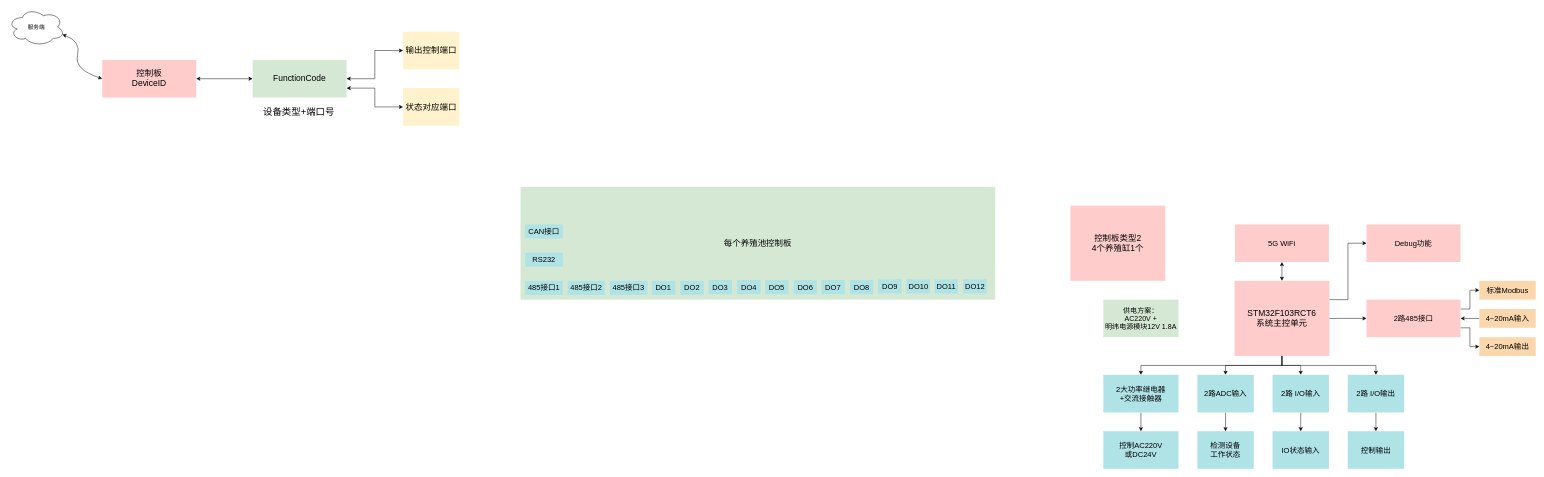
This is 养虾试验池项目.drawio from zjh6607476/drawing, a draw.io file, before an edit. Source tidied: cells renumbered, new cells numbered last; positions are measured from the earlier drawing's top-left corner, leaving out a move shared by most shapes. Both pictures are drawn from the tidied source at 47%, with x=0, y=0 at pixel (8, 8).
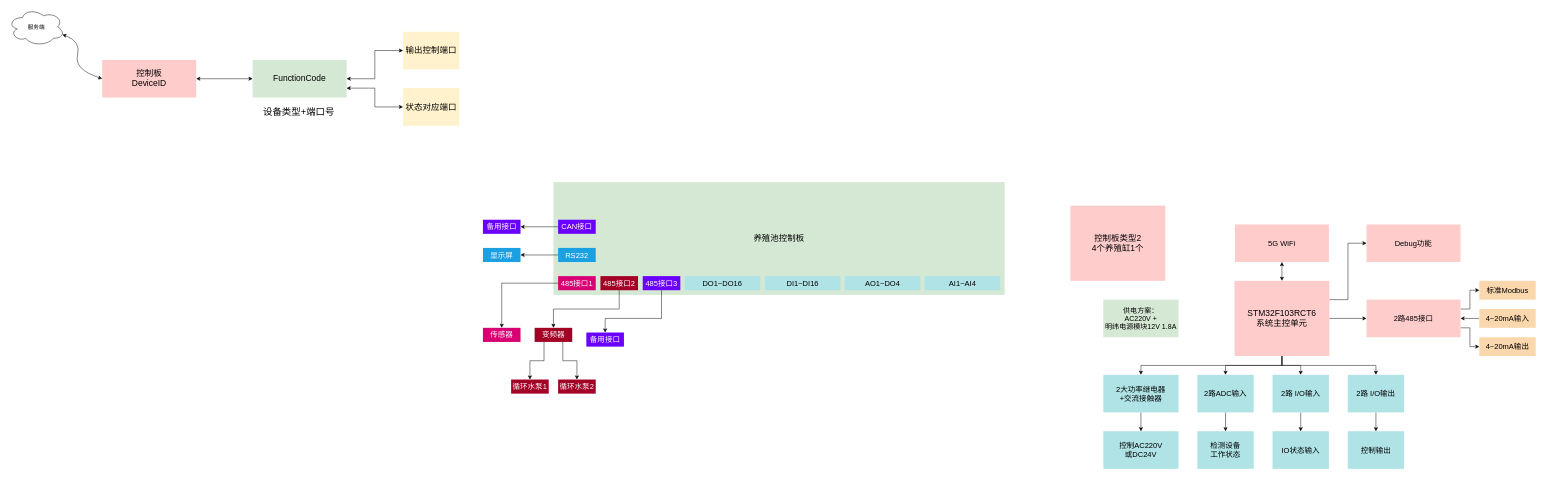
The same page after the edit.

Commit message:
更新养虾试验池项目.drawio

The edit, as a diff of the source:
```diff
@@
-    <mxCell id="32" value="&lt;span style=&quot;font-size: 18px&quot;&gt;每个养殖池控制板&lt;br&gt;&lt;/span&gt;" style="rounded=0;whiteSpace=wrap;html=1;shadow=0;fillColor=#d5e8d4;strokeColor=none;" parent="1" vertex="1">
-      <mxGeometry x="1090" y="380" width="1010" height="240" as="geometry" />
+    <mxCell id="32" value="&lt;span style=&quot;font-size: 18px&quot;&gt;养殖池控制板&lt;br&gt;&lt;/span&gt;" style="rounded=0;whiteSpace=wrap;html=1;shadow=0;fillColor=#d5e8d4;strokeColor=none;" parent="1" vertex="1">
+      <mxGeometry x="1160" y="370" width="960" height="240" as="geometry" />
     </mxCell>
@@
+    <mxCell id="61" style="edgeStyle=orthogonalEdgeStyle;rounded=0;jettySize=auto;html=1;" parent="1" edge="1" source="34" target="62">
+      <mxGeometry relative="1" as="geometry" />
+    </mxCell>
-    <mxCell id="34" value="485接口1" style="rounded=0;whiteSpace=wrap;html=1;shadow=0;fillColor=#b0e3e6;strokeColor=none;fontSize=16;" parent="1" vertex="1">
-      <mxGeometry x="1100" y="580" width="80" height="30" as="geometry" />
+    <mxCell id="34" value="485接口1" style="rounded=0;whiteSpace=wrap;html=1;shadow=0;fillColor=#d80073;strokeColor=none;fontSize=16;fontColor=#ffffff;" parent="1" vertex="1">
+      <mxGeometry x="1170" y="570" width="80" height="30" as="geometry" />
     </mxCell>
+    <mxCell id="62" value="传感器" style="rounded=0;whiteSpace=wrap;html=1;shadow=0;fillColor=#d80073;strokeColor=none;fontSize=16;fontColor=#ffffff;" parent="1" vertex="1">
+      <mxGeometry x="1010" y="680" width="80" height="30" as="geometry" />
+    </mxCell>
+    <mxCell id="63" style="edgeStyle=orthogonalEdgeStyle;rounded=0;jettySize=auto;html=1;" parent="1" edge="1" source="35" target="66">
+      <mxGeometry relative="1" as="geometry">
+        <Array as="points">
+          <mxPoint x="1300" y="640" />
+          <mxPoint x="1160" y="640" />
+        </Array>
+      </mxGeometry>
+    </mxCell>
-    <mxCell id="35" value="485接口2" style="rounded=0;whiteSpace=wrap;html=1;shadow=0;fillColor=#b0e3e6;strokeColor=none;fontSize=16;" parent="1" vertex="1">
-      <mxGeometry x="1190" y="580" width="80" height="30" as="geometry" />
+    <mxCell id="35" value="485接口2" style="rounded=0;whiteSpace=wrap;html=1;shadow=0;fillColor=#a20025;strokeColor=none;fontSize=16;fontColor=#ffffff;" parent="1" vertex="1">
+      <mxGeometry x="1260" y="570" width="80" height="30" as="geometry" />
     </mxCell>
+    <mxCell id="64" style="edgeStyle=orthogonalEdgeStyle;rounded=0;jettySize=auto;html=1;exitX=0.25;exitY=1;exitDx=0;exitDy=0;entryX=0.5;entryY=0;entryDx=0;entryDy=0;" parent="1" edge="1" source="66" target="67">
+      <mxGeometry relative="1" as="geometry" />
+    </mxCell>
+    <mxCell id="65" style="edgeStyle=orthogonalEdgeStyle;rounded=0;jettySize=auto;html=1;exitX=0.75;exitY=1;exitDx=0;exitDy=0;entryX=0.5;entryY=0;entryDx=0;entryDy=0;" parent="1" edge="1" source="66" target="77">
+      <mxGeometry relative="1" as="geometry" />
+    </mxCell>
+    <mxCell id="66" value="变频器" style="rounded=0;whiteSpace=wrap;html=1;shadow=0;fillColor=#a20025;strokeColor=none;fontSize=16;fontColor=#ffffff;" parent="1" vertex="1">
+      <mxGeometry x="1120" y="680" width="80" height="30" as="geometry" />
+    </mxCell>
+    <mxCell id="67" value="循环水泵1" style="rounded=0;whiteSpace=wrap;html=1;shadow=0;fillColor=#a20025;strokeColor=none;fontSize=16;fontColor=#ffffff;" parent="1" vertex="1">
+      <mxGeometry x="1070" y="790" width="80" height="30" as="geometry" />
+    </mxCell>
+    <mxCell id="68" style="edgeStyle=orthogonalEdgeStyle;rounded=0;jettySize=auto;html=1;" parent="1" edge="1" source="36" target="69">
+      <mxGeometry relative="1" as="geometry">
+        <Array as="points">
+          <mxPoint x="1390" y="660" />
+          <mxPoint x="1270" y="660" />
+        </Array>
+      </mxGeometry>
+    </mxCell>
-    <mxCell id="36" value="485接口3" style="rounded=0;whiteSpace=wrap;html=1;shadow=0;fillColor=#b0e3e6;strokeColor=none;fontSize=16;" parent="1" vertex="1">
-      <mxGeometry x="1280" y="580" width="80" height="30" as="geometry" />
+    <mxCell id="36" value="485接口3" style="rounded=0;whiteSpace=wrap;html=1;shadow=0;fillColor=#6a00ff;strokeColor=none;fontSize=16;fontColor=#ffffff;" parent="1" vertex="1">
+      <mxGeometry x="1350" y="570" width="80" height="30" as="geometry" />
     </mxCell>
+    <mxCell id="69" value="备用接口" style="rounded=0;whiteSpace=wrap;html=1;shadow=0;fillColor=#6a00ff;strokeColor=none;fontSize=16;fontColor=#ffffff;" parent="1" vertex="1">
+      <mxGeometry x="1230" y="690" width="80" height="30" as="geometry" />
+    </mxCell>
+    <mxCell id="70" style="edgeStyle=orthogonalEdgeStyle;rounded=0;jettySize=auto;html=1;" parent="1" edge="1" source="37" target="71">
+      <mxGeometry relative="1" as="geometry" />
+    </mxCell>
-    <mxCell id="37" value="RS232" style="rounded=0;whiteSpace=wrap;html=1;shadow=0;fillColor=#b0e3e6;strokeColor=none;fontSize=16;" parent="1" vertex="1">
-      <mxGeometry x="1100" y="520" width="80" height="30" as="geometry" />
+    <mxCell id="37" value="RS232" style="rounded=0;whiteSpace=wrap;html=1;shadow=0;fillColor=#1ba1e2;strokeColor=none;fontSize=16;fontColor=#ffffff;" parent="1" vertex="1">
+      <mxGeometry x="1170" y="510" width="80" height="30" as="geometry" />
     </mxCell>
+    <mxCell id="71" value="显示屏" style="rounded=0;whiteSpace=wrap;html=1;shadow=0;fillColor=#1ba1e2;strokeColor=none;fontSize=16;fontColor=#ffffff;" parent="1" vertex="1">
+      <mxGeometry x="1010" y="510" width="80" height="30" as="geometry" />
+    </mxCell>
+    <mxCell id="72" style="edgeStyle=orthogonalEdgeStyle;rounded=0;jettySize=auto;html=1;" parent="1" edge="1" source="38" target="73">
+      <mxGeometry relative="1" as="geometry" />
+    </mxCell>
-    <mxCell id="38" value="CAN接口" style="rounded=0;whiteSpace=wrap;html=1;shadow=0;fillColor=#b0e3e6;strokeColor=none;fontSize=16;" parent="1" vertex="1">
-      <mxGeometry x="1100" y="460" width="80" height="30" as="geometry" />
+    <mxCell id="38" value="CAN接口" style="rounded=0;whiteSpace=wrap;html=1;shadow=0;fillColor=#6a00ff;strokeColor=none;fontSize=16;fontColor=#ffffff;" parent="1" vertex="1">
+      <mxGeometry x="1170" y="450" width="80" height="30" as="geometry" />
     </mxCell>
+    <mxCell id="73" value="备用接口" style="rounded=0;whiteSpace=wrap;html=1;shadow=0;fillColor=#6a00ff;strokeColor=none;fontSize=16;fontColor=#ffffff;" parent="1" vertex="1">
+      <mxGeometry x="1010" y="450" width="80" height="30" as="geometry" />
+    </mxCell>
-    <mxCell id="39" value="DO1" style="rounded=0;whiteSpace=wrap;html=1;shadow=0;fillColor=#b0e3e6;strokeColor=none;fontSize=16;" parent="1" vertex="1">
-      <mxGeometry x="1369.2" y="580" width="50" height="30" as="geometry" />
+    <mxCell id="39" value="DO1~DO16" style="rounded=0;whiteSpace=wrap;html=1;shadow=0;fillColor=#b0e3e6;strokeColor=none;fontSize=16;" parent="1" vertex="1">
+      <mxGeometry x="1439.2" y="570" width="160.8" height="30" as="geometry" />
     </mxCell>
-    <mxCell id="40" value="DO2" style="rounded=0;whiteSpace=wrap;html=1;shadow=0;fillColor=#b0e3e6;strokeColor=none;fontSize=16;" parent="1" vertex="1">
-      <mxGeometry x="1430" y="580" width="50" height="30" as="geometry" />
-    </mxCell>
-    <mxCell id="41" value="DO3" style="rounded=0;whiteSpace=wrap;html=1;shadow=0;fillColor=#b0e3e6;strokeColor=none;fontSize=16;" parent="1" vertex="1">
-      <mxGeometry x="1490" y="578.4" width="50" height="30" as="geometry" />
-    </mxCell>
-    <mxCell id="42" value="DO4" style="rounded=0;whiteSpace=wrap;html=1;shadow=0;fillColor=#b0e3e6;strokeColor=none;fontSize=16;" parent="1" vertex="1">
-      <mxGeometry x="1550.8" y="578.4" width="50" height="30" as="geometry" />
-    </mxCell>
-    <mxCell id="43" value="DO5" style="rounded=0;whiteSpace=wrap;html=1;shadow=0;fillColor=#b0e3e6;strokeColor=none;fontSize=16;" parent="1" vertex="1">
-      <mxGeometry x="1610" y="578.4" width="50" height="30" as="geometry" />
-    </mxCell>
-    <mxCell id="44" value="DO6" style="rounded=0;whiteSpace=wrap;html=1;shadow=0;fillColor=#b0e3e6;strokeColor=none;fontSize=16;" parent="1" vertex="1">
-      <mxGeometry x="1670.8" y="578.4" width="50" height="30" as="geometry" />
-    </mxCell>
-    <mxCell id="45" value="DO7" style="rounded=0;whiteSpace=wrap;html=1;shadow=0;fillColor=#b0e3e6;strokeColor=none;fontSize=16;" parent="1" vertex="1">
-      <mxGeometry x="1730" y="578.4" width="50" height="30" as="geometry" />
-    </mxCell>
-    <mxCell id="46" value="DO8" style="rounded=0;whiteSpace=wrap;html=1;shadow=0;fillColor=#b0e3e6;strokeColor=none;fontSize=16;" parent="1" vertex="1">
-      <mxGeometry x="1790.8" y="578.4" width="50" height="30" as="geometry" />
-    </mxCell>
-    <mxCell id="47" value="DO9" style="rounded=0;whiteSpace=wrap;html=1;shadow=0;fillColor=#b0e3e6;strokeColor=none;fontSize=16;" parent="1" vertex="1">
-      <mxGeometry x="1850.8" y="576.8" width="50" height="30" as="geometry" />
-    </mxCell>
-    <mxCell id="48" value="DO10" style="rounded=0;whiteSpace=wrap;html=1;shadow=0;fillColor=#b0e3e6;strokeColor=none;fontSize=16;" parent="1" vertex="1">
-      <mxGeometry x="1911.5" y="576.8" width="50" height="30" as="geometry" />
-    </mxCell>
-    <mxCell id="49" value="DO11" style="rounded=0;whiteSpace=wrap;html=1;shadow=0;fillColor=#b0e3e6;strokeColor=none;fontSize=16;" parent="1" vertex="1">
-      <mxGeometry x="1970.8" y="576.8" width="50" height="30" as="geometry" />
-    </mxCell>
-    <mxCell id="50" value="DO12" style="rounded=0;whiteSpace=wrap;html=1;shadow=0;fillColor=#b0e3e6;strokeColor=none;fontSize=16;" parent="1" vertex="1">
-      <mxGeometry x="2031.5" y="576.8" width="50" height="30" as="geometry" />
-    </mxCell>
@@
+    <mxCell id="74" value="DI1~DI16" style="rounded=0;whiteSpace=wrap;html=1;shadow=0;fillColor=#b0e3e6;strokeColor=none;fontSize=16;" parent="1" vertex="1">
+      <mxGeometry x="1610" y="570" width="160.8" height="30" as="geometry" />
+    </mxCell>
+    <mxCell id="75" value="AO1~DO4" style="rounded=0;whiteSpace=wrap;html=1;shadow=0;fillColor=#b0e3e6;strokeColor=none;fontSize=16;" parent="1" vertex="1">
+      <mxGeometry x="1780" y="570" width="160.8" height="30" as="geometry" />
+    </mxCell>
+    <mxCell id="76" value="AI1~AI4" style="rounded=0;whiteSpace=wrap;html=1;shadow=0;fillColor=#b0e3e6;strokeColor=none;fontSize=16;" parent="1" vertex="1">
+      <mxGeometry x="1950" y="570" width="160.8" height="30" as="geometry" />
+    </mxCell>
+    <mxCell id="77" value="循环水泵2" style="rounded=0;whiteSpace=wrap;html=1;shadow=0;fillColor=#a20025;strokeColor=none;fontSize=16;fontColor=#ffffff;" parent="1" vertex="1">
+      <mxGeometry x="1170" y="790" width="80" height="30" as="geometry" />
+    </mxCell>
```
